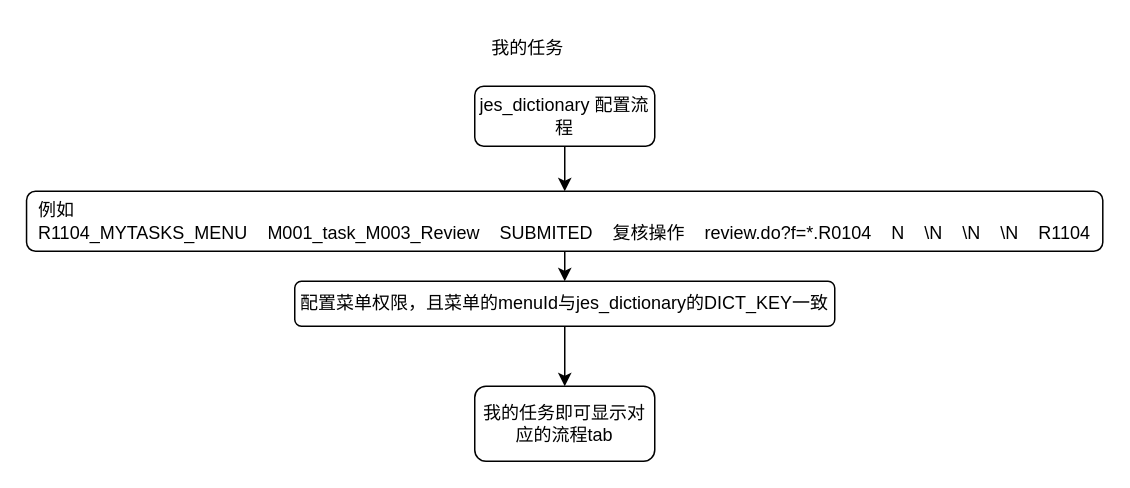
This is regulation-bussiness.drawio from JiaYzhang/WebResearch, a draw.io file, before an edit. Source tidied: cells renumbered, new cells numbered last; positions are measured from the earlier drawing's top-left corner, leaving out a move shared by most shapes. Both pictures are drawn from the tidied source at 150%, with x=0, y=0 at pixel (26, 26).
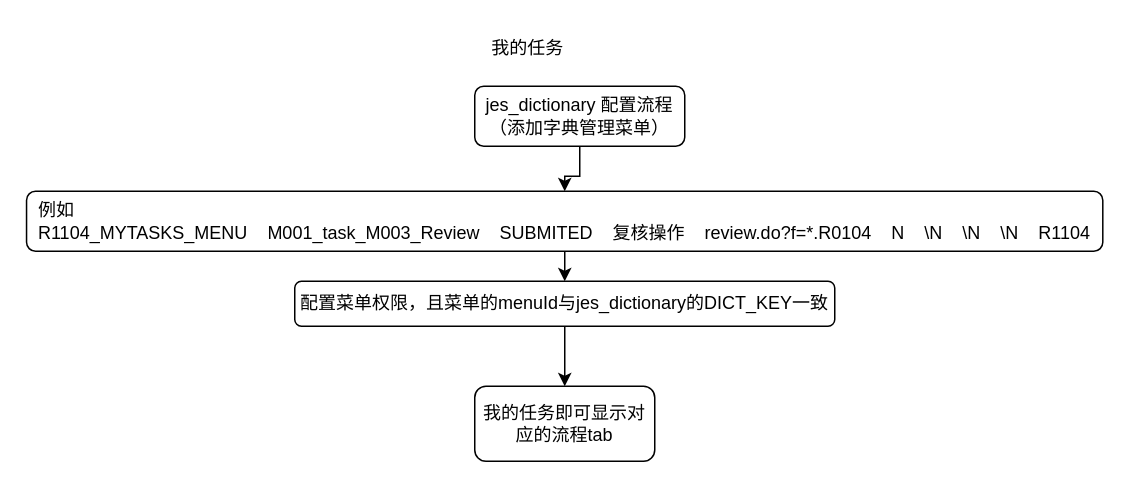
The same page after the edit.

The edit, as a diff of the source:
```diff
@@
 <mxGraphModel>
   <root>
     <mxCell id="0" />
     <mxCell id="1" parent="0" />
     <mxCell id="2" style="edgeStyle=orthogonalEdgeStyle;rounded=0;jettySize=auto;html=1;" parent="1" edge="1" source="3" target="6">
       <mxGeometry relative="1" as="geometry" />
     </mxCell>
-    <mxCell id="3" value="jes_dictionary 配置流程" style="rounded=1;whiteSpace=wrap;html=1;fontSize=12;glass=0;strokeWidth=1;shadow=0;" parent="1" vertex="1">
-      <mxGeometry x="299" y="40" width="120" height="40" as="geometry" />
+    <mxCell id="3" value="jes_dictionary 配置流程&lt;br&gt;（添加字典管理菜单）" style="rounded=1;whiteSpace=wrap;html=1;fontSize=12;glass=0;strokeWidth=1;shadow=0;" parent="1" vertex="1">
+      <mxGeometry x="299" y="40" width="140" height="40" as="geometry" />
     </mxCell>
     <mxCell id="4" value="我的任务" style="text;html=1;align=center;verticalAlign=middle;strokeColor=none;fillColor=none;" parent="1" vertex="1">
       <mxGeometry x="299" width="70" height="30" as="geometry" />
     </mxCell>
     <mxCell id="5" style="edgeStyle=orthogonalEdgeStyle;rounded=0;jettySize=auto;html=1;" parent="1" edge="1" source="6" target="8">
       <mxGeometry relative="1" as="geometry" />
     </mxCell>
     <mxCell id="6" value="&lt;div&gt;&lt;div style=&quot;text-align: left;&quot;&gt;&lt;span style=&quot;background-color: initial;&quot;&gt;例如&lt;/span&gt;&lt;/div&gt;&lt;span style=&quot;background-color: initial;&quot;&gt;R1104_MYTASKS_MENU&lt;/span&gt;&lt;span style=&quot;background-color: initial;&quot;&gt;&lt;span style=&quot;white-space: pre;&quot;&gt;&amp;nbsp;&amp;nbsp;&amp;nbsp;&amp;nbsp;&lt;/span&gt;&lt;/span&gt;&lt;span style=&quot;background-color: initial;&quot;&gt;M001_task_M003_Review&lt;/span&gt;&lt;span style=&quot;background-color: initial;&quot;&gt;&lt;span style=&quot;white-space: pre;&quot;&gt;&amp;nbsp;&amp;nbsp;&amp;nbsp;&amp;nbsp;&lt;/span&gt;&lt;/span&gt;&lt;span style=&quot;background-color: initial;&quot;&gt;SUBMITED&lt;/span&gt;&lt;span style=&quot;background-color: initial;&quot;&gt;&lt;span style=&quot;white-space: pre;&quot;&gt;&amp;nbsp;&amp;nbsp;&amp;nbsp;&amp;nbsp;&lt;/span&gt;&lt;/span&gt;&lt;span style=&quot;background-color: initial;&quot;&gt;复核操作&lt;/span&gt;&lt;span style=&quot;background-color: initial;&quot;&gt;&lt;span style=&quot;white-space: pre;&quot;&gt;&amp;nbsp;&amp;nbsp;&amp;nbsp;&amp;nbsp;&lt;/span&gt;&lt;/span&gt;&lt;span style=&quot;background-color: initial;&quot;&gt;review.do?f=*.R0104&lt;/span&gt;&lt;span style=&quot;background-color: initial;&quot;&gt;&lt;span style=&quot;white-space: pre;&quot;&gt;&amp;nbsp;&amp;nbsp;&amp;nbsp;&amp;nbsp;&lt;/span&gt;&lt;/span&gt;&lt;span style=&quot;background-color: initial;&quot;&gt;N&lt;/span&gt;&lt;span style=&quot;background-color: initial;&quot;&gt;&lt;span style=&quot;white-space: pre;&quot;&gt;&amp;nbsp;&amp;nbsp;&amp;nbsp;&amp;nbsp;&lt;/span&gt;&lt;/span&gt;&lt;span style=&quot;background-color: initial;&quot;&gt;\N&lt;/span&gt;&lt;span style=&quot;background-color: initial;&quot;&gt;&lt;span style=&quot;white-space: pre;&quot;&gt;&amp;nbsp;&amp;nbsp;&amp;nbsp;&amp;nbsp;&lt;/span&gt;&lt;/span&gt;&lt;span style=&quot;background-color: initial;&quot;&gt;\N&lt;/span&gt;&lt;span style=&quot;background-color: initial;&quot;&gt;&lt;span style=&quot;white-space: pre;&quot;&gt;&amp;nbsp;&amp;nbsp;&amp;nbsp;&amp;nbsp;&lt;/span&gt;&lt;/span&gt;&lt;span style=&quot;background-color: initial;&quot;&gt;\N&lt;/span&gt;&lt;span style=&quot;background-color: initial;&quot;&gt;&lt;span style=&quot;white-space: pre;&quot;&gt;&amp;nbsp;&amp;nbsp;&amp;nbsp;&amp;nbsp;&lt;/span&gt;&lt;/span&gt;&lt;span style=&quot;background-color: initial;&quot;&gt;R1104&lt;/span&gt;&lt;br&gt;&lt;/div&gt;" style="whiteSpace=wrap;html=1;rounded=1;glass=0;strokeWidth=1;shadow=0;" parent="1" vertex="1">
       <mxGeometry x="0.2" y="110" width="717.5" height="40" as="geometry" />
     </mxCell>
     <mxCell id="7" style="edgeStyle=orthogonalEdgeStyle;rounded=0;jettySize=auto;html=1;" parent="1" edge="1" source="8" target="9">
       <mxGeometry relative="1" as="geometry" />
     </mxCell>
     <mxCell id="8" value="配置菜单权限，且菜单的menuId与jes_dictionary的DICT_KEY一致" style="whiteSpace=wrap;html=1;rounded=1;glass=0;strokeWidth=1;shadow=0;" parent="1" vertex="1">
       <mxGeometry x="179" y="170" width="360" height="30" as="geometry" />
     </mxCell>
     <mxCell id="9" value="我的任务即可显示对应的流程tab" style="whiteSpace=wrap;html=1;rounded=1;glass=0;strokeWidth=1;shadow=0;" parent="1" vertex="1">
       <mxGeometry x="299" y="240" width="120" height="50" as="geometry" />
     </mxCell>
   </root>
 </mxGraphModel>
```
